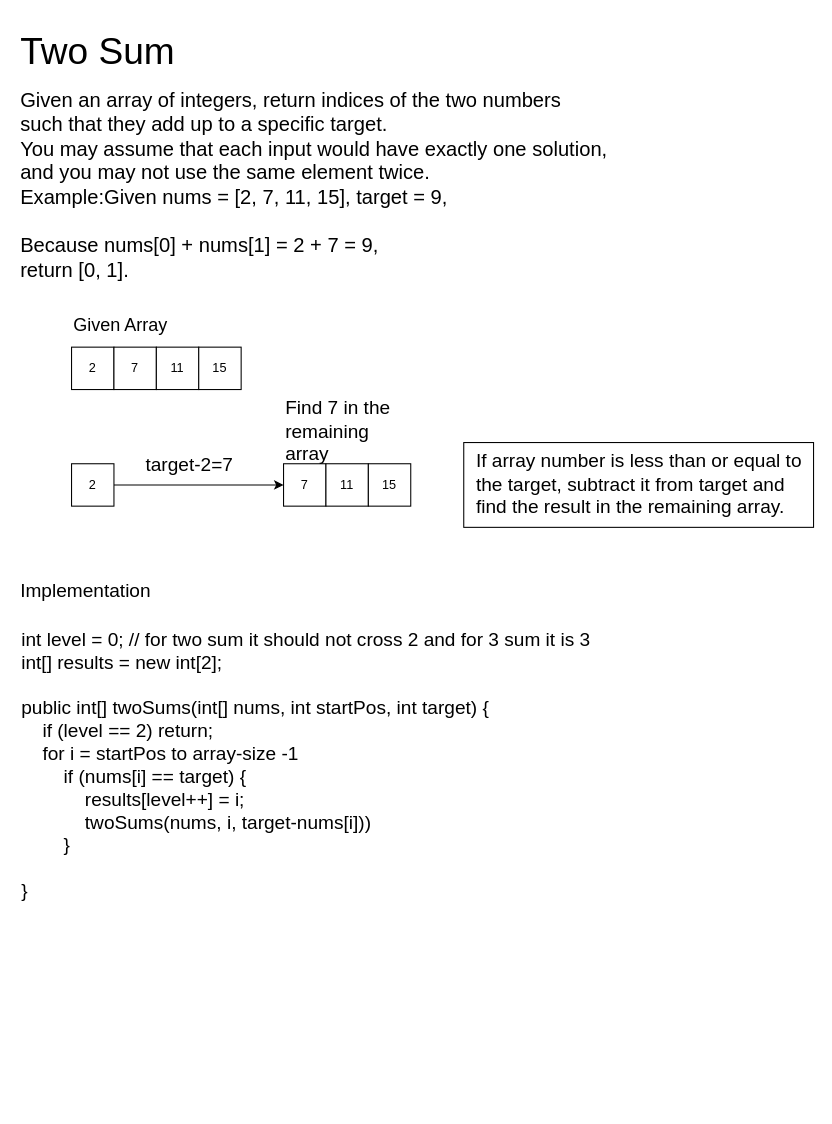
This is docs/ThreeSum.drawio from rajsenthil/tdd-java, a draw.io file, before an edit. Source tidied: cells renumbered, new cells numbered last; positions are measured from the earlier drawing's top-left corner, leaving out a move shared by most shapes. Both pictures are drawn from the tidied source at 106%, with x=0, y=0 at pixel (18, 18).
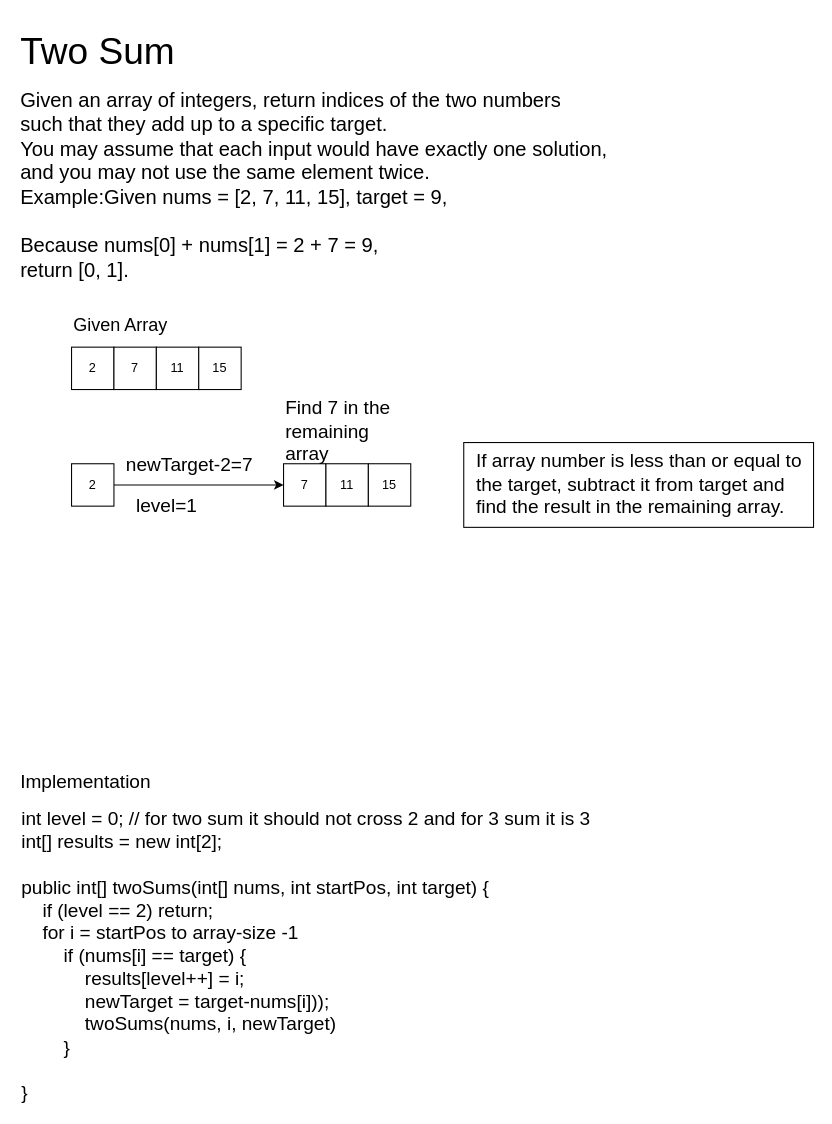
Above is the later version.

The change refers to these unchanged cells:
```xml
<mxCell id="14" style="endArrow=classic;html=1;entryX=0;entryY=0.5;entryDx=0;entryDy=0;exitX=1;exitY=0.5;exitDx=0;exitDy=0;" parent="1" edge="1" source="9" target="10">
  <mxGeometry relative="1" as="geometry" />
</mxCell>
```

Diff of the diagram source:
```diff
@@
-    <mxCell id="15" value="target-2=7" style="text;html=1;align=center;verticalAlign=middle;labelBackgroundColor=#ffffff;fontSize=18;" parent="14" vertex="1">
+    <mxCell id="15" value="newTarget-2=7" style="text;html=1;align=center;verticalAlign=middle;labelBackgroundColor=#ffffff;fontSize=18;" parent="14" vertex="1">
       <mxGeometry x="-0.33" y="-2" relative="1" as="geometry">
         <mxPoint x="16" y="-22" as="offset" />
       </mxGeometry>
     </mxCell>
@@
     <mxCell id="18" value="Implementation" style="text;html=1;strokeColor=none;fillColor=none;align=left;verticalAlign=middle;whiteSpace=wrap;rounded=0;fontSize=18;" parent="1" vertex="1">
-      <mxGeometry y="530" width="140" height="20" as="geometry" />
+      <mxGeometry y="710" width="140" height="20" as="geometry" />
     </mxCell>
-    <mxCell id="19" value="int level = 0; // for two sum it should not cross 2 and for 3 sum it is 3&lt;br&gt;int[] results = new int[2];&lt;br&gt;&lt;br&gt;public int[] twoSums(int[] nums, int startPos, int target) {&lt;br&gt;&amp;nbsp; &amp;nbsp; if (level == 2) return;&lt;br&gt;&amp;nbsp; &amp;nbsp; for i = startPos to array-size -1&lt;br&gt;&amp;nbsp; &amp;nbsp; &amp;nbsp; &amp;nbsp; if (nums[i] == target) {&amp;nbsp; &amp;nbsp; &amp;nbsp; &amp;nbsp; &amp;nbsp; &amp;nbsp;&amp;nbsp;&lt;br&gt;&amp;nbsp; &amp;nbsp; &amp;nbsp; &amp;nbsp; &amp;nbsp; &amp;nbsp; results[level++] = i;&lt;br&gt;&amp;nbsp; &amp;nbsp; &amp;nbsp; &amp;nbsp; &amp;nbsp; &amp;nbsp; twoSums(nums, i, target-nums[i]))&lt;br&gt;&amp;nbsp; &amp;nbsp; &amp;nbsp; &amp;nbsp; }&lt;br&gt;&amp;nbsp; &amp;nbsp;&amp;nbsp;&lt;br&gt;}" style="text;html=1;strokeColor=none;fillColor=none;align=left;verticalAlign=middle;whiteSpace=wrap;rounded=0;fontSize=18;" parent="1" vertex="1">
-      <mxGeometry x="1" y="570" width="580" height="270" as="geometry" />
+    <mxCell id="19" value="int level = 0; // for two sum it should not cross 2 and for 3 sum it is 3&lt;br&gt;int[] results = new int[2];&lt;br&gt;&lt;br&gt;public int[] twoSums(int[] nums, int startPos, int target) {&lt;br&gt;&amp;nbsp; &amp;nbsp; if (level == 2) return;&lt;br&gt;&amp;nbsp; &amp;nbsp; for i = startPos to array-size -1&lt;br&gt;&amp;nbsp; &amp;nbsp; &amp;nbsp; &amp;nbsp; if (nums[i] == target) {&amp;nbsp; &amp;nbsp; &amp;nbsp; &amp;nbsp; &amp;nbsp; &amp;nbsp;&amp;nbsp;&lt;br&gt;&amp;nbsp; &amp;nbsp; &amp;nbsp; &amp;nbsp; &amp;nbsp; &amp;nbsp; results[level++] = i;&lt;br&gt;&amp;nbsp; &amp;nbsp; &amp;nbsp; &amp;nbsp; &amp;nbsp; &amp;nbsp; newTarget = target-nums[i]));&lt;br&gt;&amp;nbsp; &amp;nbsp; &amp;nbsp; &amp;nbsp; &amp;nbsp; &amp;nbsp; twoSums(nums, i, newTarget)&lt;br&gt;&amp;nbsp; &amp;nbsp; &amp;nbsp; &amp;nbsp; }&lt;br&gt;&amp;nbsp; &amp;nbsp;&amp;nbsp;&lt;br&gt;}" style="text;html=1;strokeColor=none;fillColor=none;align=left;verticalAlign=middle;whiteSpace=wrap;rounded=0;fontSize=18;" parent="1" vertex="1">
+      <mxGeometry x="1" y="750" width="580" height="270" as="geometry" />
     </mxCell>
+    <mxCell id="20" value="level=1" style="text;html=1;strokeColor=none;fillColor=none;align=center;verticalAlign=middle;whiteSpace=wrap;rounded=0;fontSize=18;" parent="1" vertex="1">
+      <mxGeometry x="120" y="450" width="40" height="20" as="geometry" />
+    </mxCell>
```
